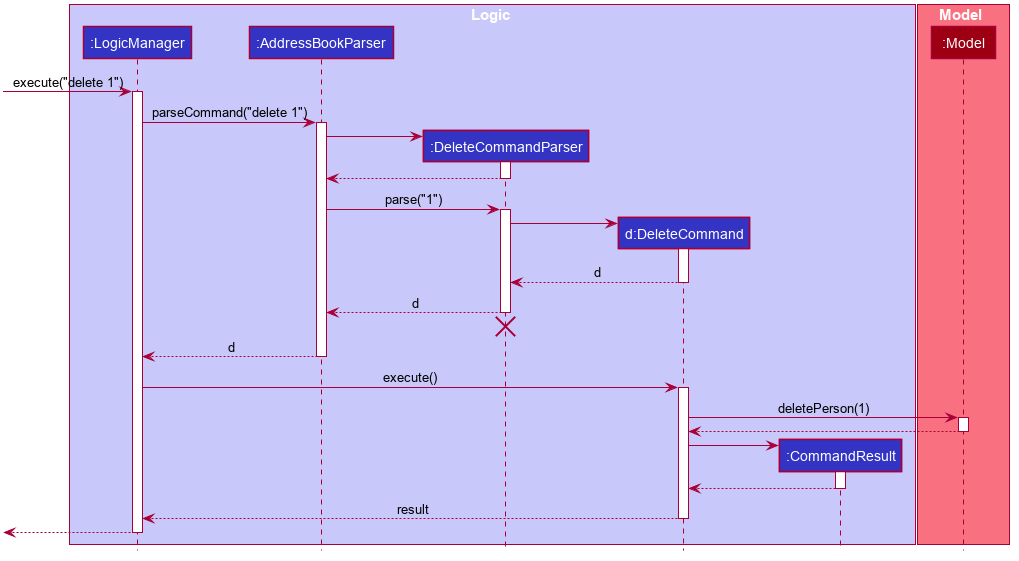
Before: docs/images/DeleteSequenceDiagram.png, a diagram exported from PlantUML (nus-cs2103-AY2223S2/tp).
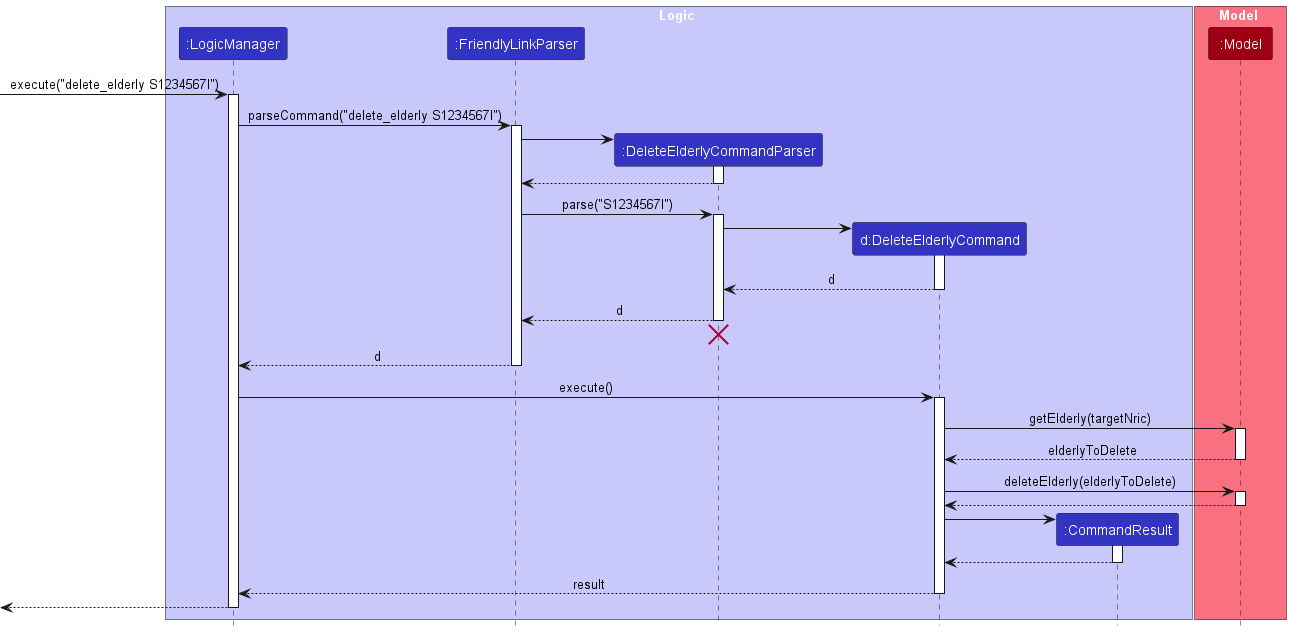
Later version of the same file.

Commit message:
Update Logic section of DG

Diff of the diagram source:
```diff
@@ -1,114 +1,73 @@
 @startuml
+!include style.puml
 
-
-
-
-
-
-
-
-skinparam BackgroundColor #FFFFFFF
-
-skinparam Shadowing false
-
-skinparam Class {
-    FontColor #FFFFFF
-    BorderThickness 1
-    BorderColor #FFFFFF
-    StereotypeFontColor #FFFFFF
-    FontName Arial
-}
-
-skinparam Actor {
-    BorderColor #000000
-    Color #000000
-    FontName Arial
-}
-
-skinparam Sequence {
-    MessageAlign center
-    BoxFontSize 15
-    BoxPadding 0
-    BoxFontColor #FFFFFF
-    FontName Arial
-}
-
-skinparam Participant {
-    FontColor #FFFFFFF
-    Padding 20
-}
-
-skinparam MinClassWidth 50
-skinparam ParticipantPadding 10
-skinparam Shadowing false
-skinparam DefaultTextAlignment center
-skinparam packageStyle Rectangle
-
-hide footbox
-hide members
-hide circle
-
-box Logic #C8C8FA
-participant ":LogicManager" as LogicManager #3333C4
-participant ":AddressBookParser" as AddressBookParser #3333C4
-participant ":DeleteCommandParser" as DeleteCommandParser #3333C4
-participant "d:DeleteCommand" as DeleteCommand #3333C4
-participant ":CommandResult" as CommandResult #3333C4
+box Logic LOGIC_COLOR_T1
+participant ":LogicManager" as LogicManager LOGIC_COLOR
+participant ":FriendlyLinkParser" as FriendlyLinkParser LOGIC_COLOR
+participant ":DeleteElderlyCommandParser" as DeleteElderlyCommandParser LOGIC_COLOR
+participant "d:DeleteElderlyCommand" as DeleteElderlyCommand LOGIC_COLOR
+participant ":CommandResult" as CommandResult LOGIC_COLOR
 end box
 
-box Model #F97181
-participant ":Model" as Model #9D0012
+box Model MODEL_COLOR_T1
+participant ":Model" as Model MODEL_COLOR
 end box
 
-[-> LogicManager : execute("delete 1")
+[-> LogicManager : execute("delete_elderly S1234567I")
 activate LogicManager
 
-LogicManager -> AddressBookParser : parseCommand("delete 1")
-activate AddressBookParser
+LogicManager -> FriendlyLinkParser : parseCommand("delete_elderly S1234567I")
+activate FriendlyLinkParser
 
-create DeleteCommandParser
-AddressBookParser -> DeleteCommandParser
-activate DeleteCommandParser
+create DeleteElderlyCommandParser
+FriendlyLinkParser -> DeleteElderlyCommandParser
+activate DeleteElderlyCommandParser
 
-DeleteCommandParser --> AddressBookParser
-deactivate DeleteCommandParser
+DeleteElderlyCommandParser --> FriendlyLinkParser
+deactivate DeleteElderlyCommandParser
 
-AddressBookParser -> DeleteCommandParser : parse("1")
-activate DeleteCommandParser
+FriendlyLinkParser -> DeleteElderlyCommandParser : parse("S1234567I")
+activate DeleteElderlyCommandParser
 
-create DeleteCommand
-DeleteCommandParser -> DeleteCommand
-activate DeleteCommand
+create DeleteElderlyCommand
+DeleteElderlyCommandParser -> DeleteElderlyCommand
+activate DeleteElderlyCommand
 
-DeleteCommand --> DeleteCommandParser : d
-deactivate DeleteCommand
+DeleteElderlyCommand --> DeleteElderlyCommandParser : d
+deactivate DeleteElderlyCommand
 
-DeleteCommandParser --> AddressBookParser : d
-deactivate DeleteCommandParser
-DeleteCommandParser -[hidden]-> AddressBookParser
-destroy DeleteCommandParser
+DeleteElderlyCommandParser --> FriendlyLinkParser : d
+deactivate DeleteElderlyCommandParser
+DeleteElderlyCommandParser -[hidden]-> FriendlyLinkParser
+destroy DeleteElderlyCommandParser
 
-AddressBookParser --> LogicManager : d
-deactivate AddressBookParser
+FriendlyLinkParser --> LogicManager : d
+deactivate FriendlyLinkParser
 
-LogicManager -> DeleteCommand : execute()
-activate DeleteCommand
+LogicManager -> DeleteElderlyCommand : execute()
+activate DeleteElderlyCommand
 
-DeleteCommand -> Model : deletePerson(1)
+DeleteElderlyCommand -> Model : getElderly(targetNric)
 activate Model
 
-Model --> DeleteCommand
+Model --> DeleteElderlyCommand : elderlyToDelete
+deactivate Model
+
+DeleteElderlyCommand -> Model : deleteElderly(elderlyToDelete)
+activate Model
+
+Model --> DeleteElderlyCommand
 deactivate Model
 
 create CommandResult
-DeleteCommand -> CommandResult
+DeleteElderlyCommand -> CommandResult
 activate CommandResult
 
-CommandResult --> DeleteCommand
+CommandResult --> DeleteElderlyCommand
 deactivate CommandResult
 
-DeleteCommand --> LogicManager : result
-deactivate DeleteCommand
+DeleteElderlyCommand --> LogicManager : result
+deactivate DeleteElderlyCommand
 
 [<--LogicManager
 deactivate LogicManager
```
